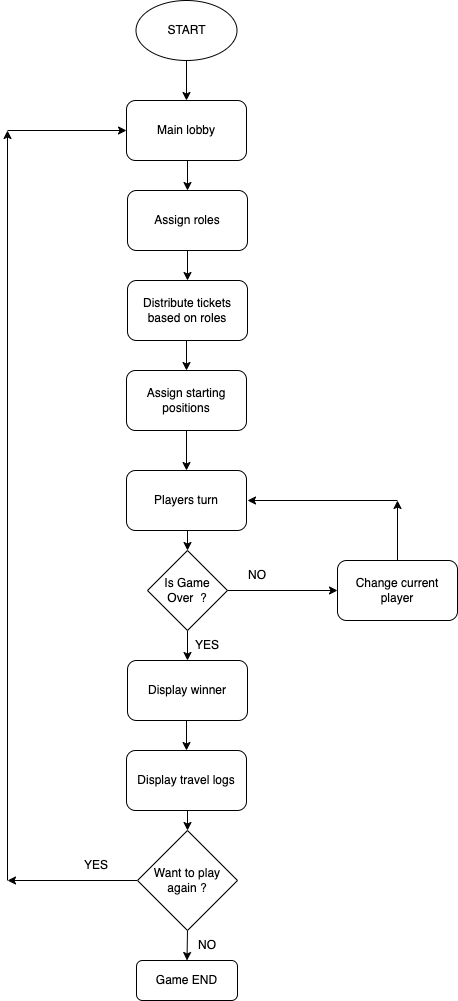
garimiddisuman/project keeps this draw.io diagram as main.drawio.png. Above is the earlier version. Source tidied: cells renumbered, new cells last; positions are measured from the earlier drawing's top-left corner, leaving out a move shared by most shapes.
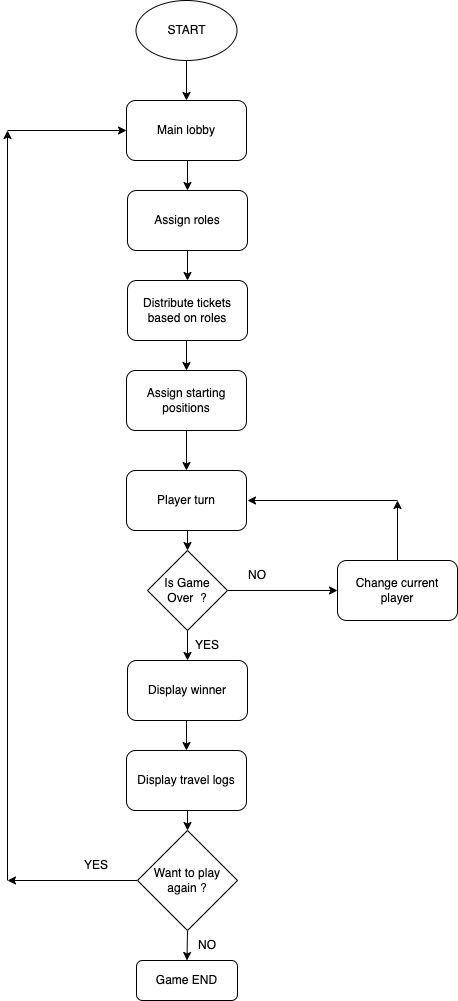
The same file after the commit.

Diff of the diagram source:
```diff
@@ -35,7 +35,7 @@
     <mxCell id="12" style="edgeStyle=orthogonalEdgeStyle;rounded=0;jettySize=auto;html=1;exitX=0.5;exitY=1;exitDx=0;exitDy=0;entryX=0.5;entryY=0;entryDx=0;entryDy=0;" parent="1" edge="1" source="13" target="19">
       <mxGeometry relative="1" as="geometry" />
     </mxCell>
-    <mxCell id="13" value="Players turn" style="rounded=1;whiteSpace=wrap;html=1;" parent="1" vertex="1">
+    <mxCell id="13" value="Player turn" style="rounded=1;whiteSpace=wrap;html=1;" parent="1" vertex="1">
       <mxGeometry x="119" y="470" width="120" height="60" as="geometry" />
     </mxCell>
     <mxCell id="14" style="edgeStyle=orthogonalEdgeStyle;rounded=0;jettySize=auto;html=1;exitX=0.5;exitY=1;exitDx=0;exitDy=0;entryX=0.5;entryY=0;entryDx=0;entryDy=0;" parent="1" edge="1" source="15" target="21">
```
